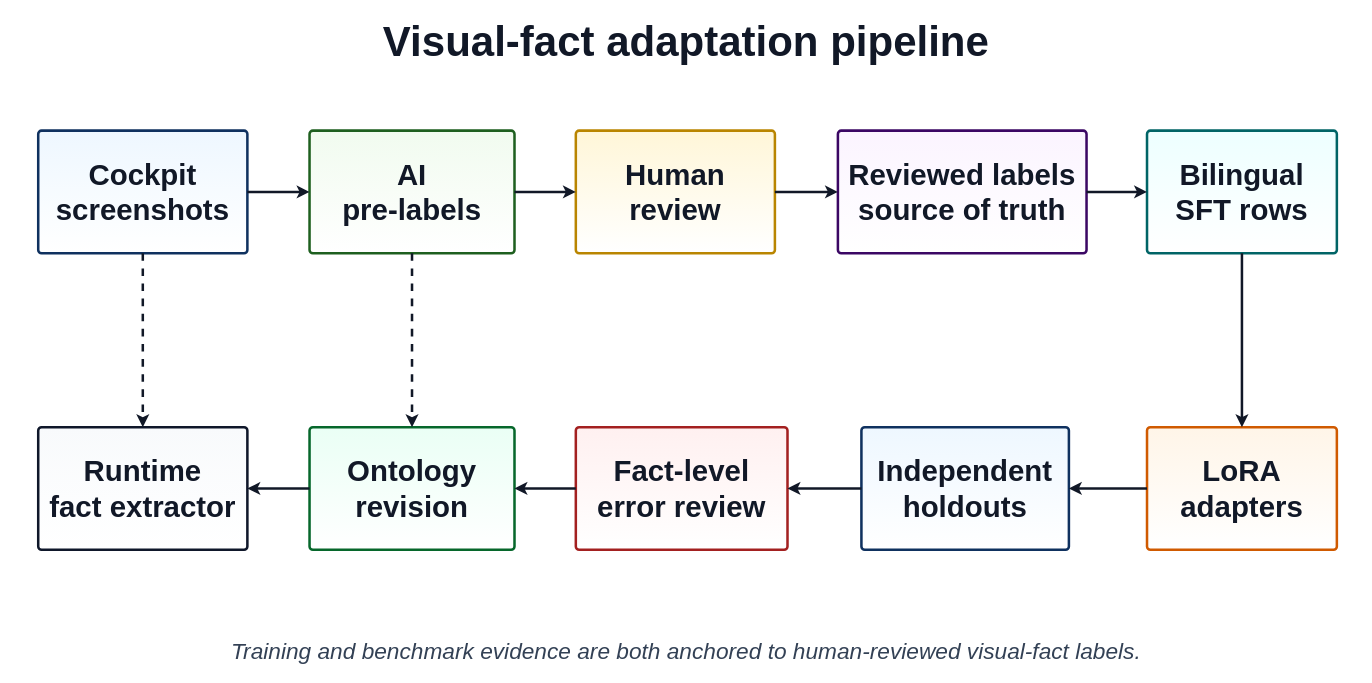
Above: page "fig_vlm_pipeline" (4 of 10) of paper_zh/figures/drawio/cropped_replicas_all.drawio in ZombiesYard/IEFMMQ (draw.io), before the change. Source tidied: cells renumbered, new cells numbered last; positions are measured from the earlier drawing's top-left corner, leaving out a move shared by most shapes. Both pictures are drawn from the tidied source at 84%, with x=0, y=0 at pixel (14, 14).
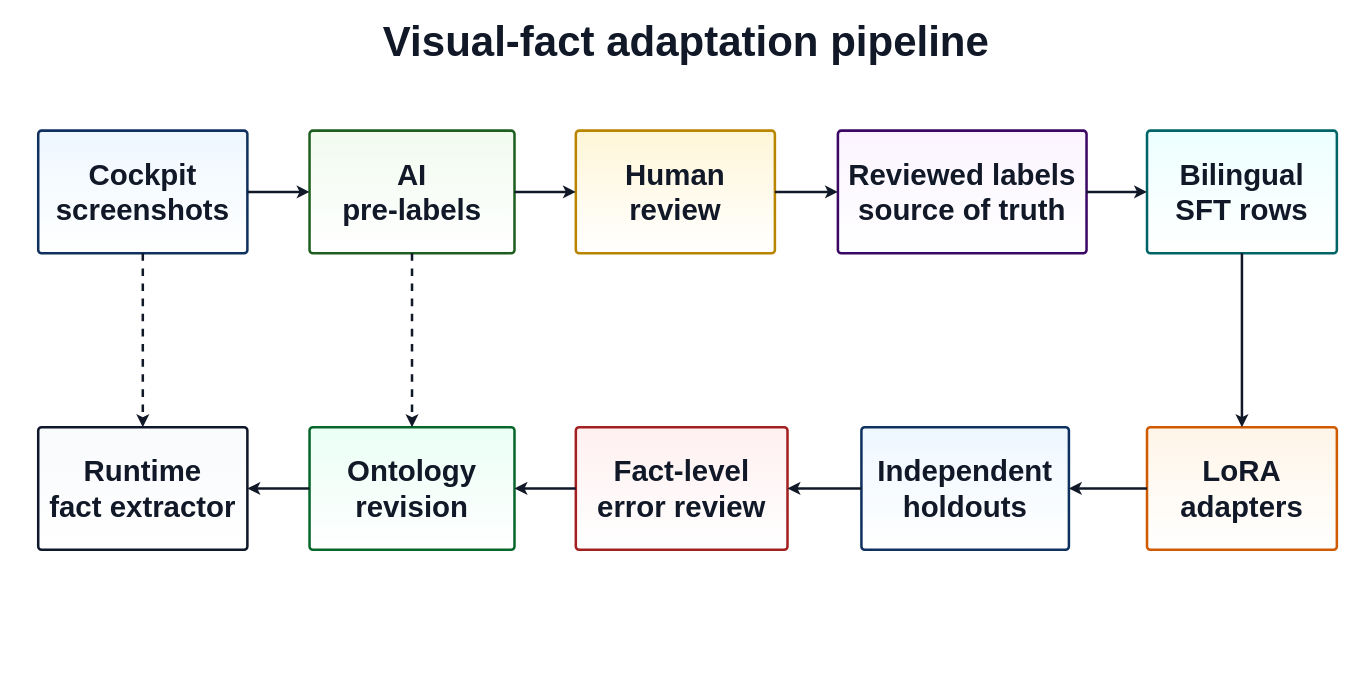
After the change.

Change to the diagram source:
```diff
@@
-    <mxCell id="24" value="Training and benchmark evidence are both anchored to human-reviewed visual-fact labels." style="text;html=1;strokeColor=none;fillColor=none;whiteSpace=wrap;fontFamily=Helvetica;fontSize=27;fontStyle=2;fontColor=#334155;align=center;verticalAlign=middle;spacing=2;" parent="1" vertex="1">
-      <mxGeometry y="737" width="1599" height="42" as="geometry" />
-    </mxCell>
```
